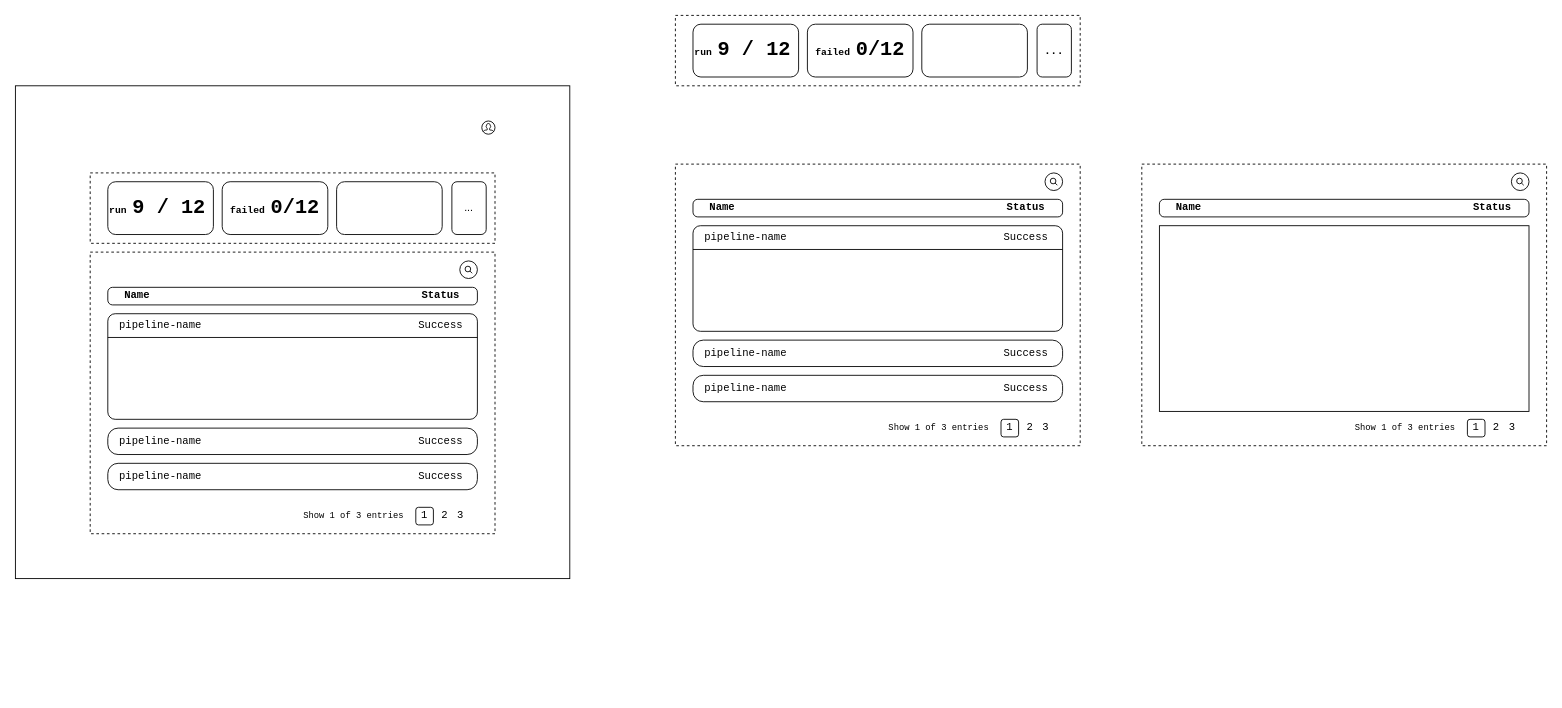
ddeutils/ddeutil-observe keeps this draw.io diagram as docs/assets/diagram.drawio. Above is the earlier version. Source tidied: cells renumbered, new cells numbered last; positions are measured from the earlier drawing's top-left corner, leaving out a move shared by most shapes. Both pictures are drawn from the tidied source at 88%, with x=0, y=0 at pixel (15, 15).
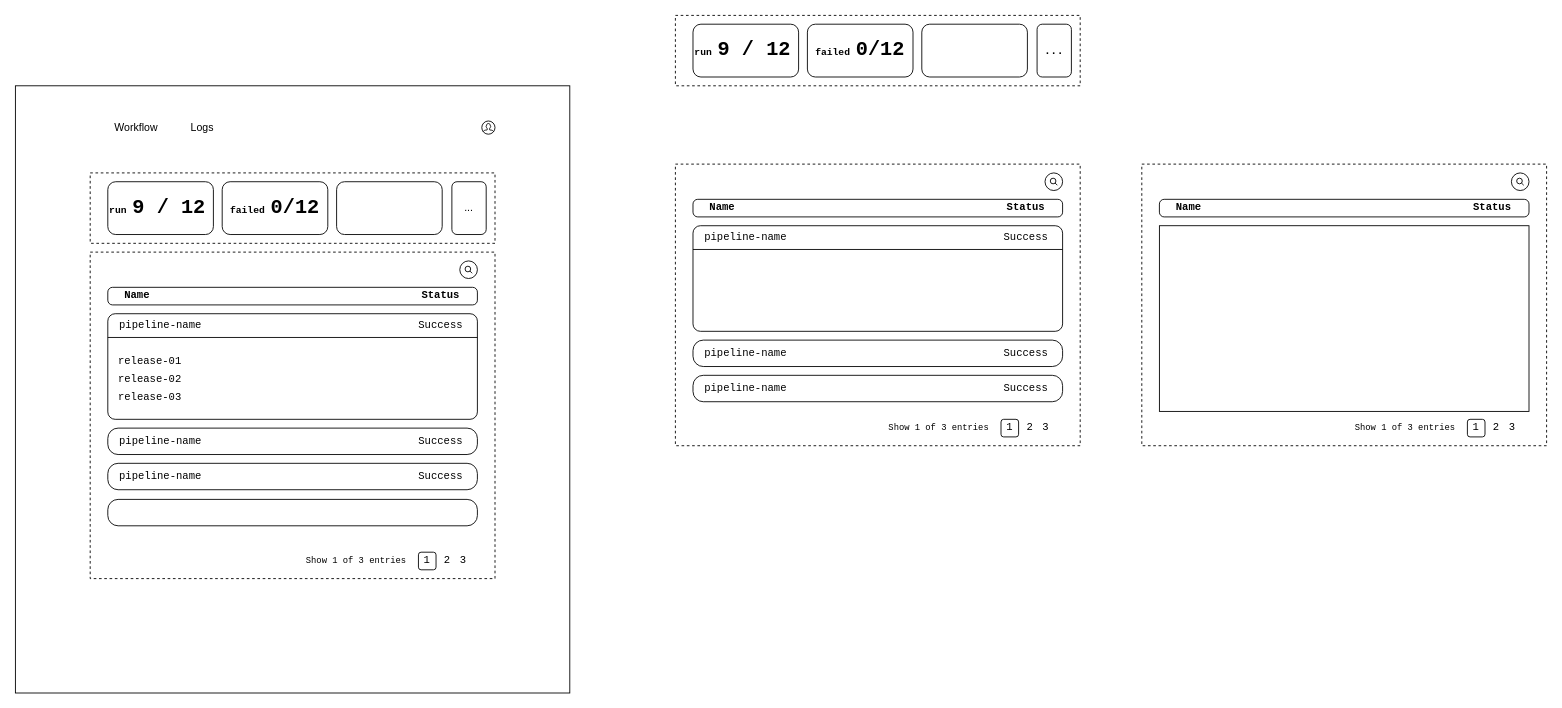
After the change.

What changed in the source:
```diff
@@
     <mxCell id="2" style="rounded=0;whiteSpace=wrap;html=1;fillColor=none;fontFamily=Courier New;" parent="1" vertex="1">
-      <mxGeometry y="80" width="630" height="560" as="geometry" />
+      <mxGeometry y="80" width="630" height="690" as="geometry" />
     </mxCell>
@@
     <mxCell id="29" style="rounded=0;whiteSpace=wrap;html=1;dashed=1;fillColor=none;" parent="1" vertex="1">
-      <mxGeometry x="85" y="269" width="460" height="320" as="geometry" />
+      <mxGeometry x="85" y="269" width="460" height="371" as="geometry" />
     </mxCell>
@@
     <mxCell id="35" value="1" style="rounded=1;whiteSpace=wrap;html=1;fontFamily=Courier New;" parent="1" vertex="1">
-      <mxGeometry x="455" y="559" width="20" height="20" as="geometry" />
+      <mxGeometry x="458" y="610" width="20" height="20" as="geometry" />
     </mxCell>
     <mxCell id="36" value="2" style="text;html=1;align=center;verticalAlign=middle;whiteSpace=wrap;rounded=0;fontFamily=Courier New;" parent="1" vertex="1">
-      <mxGeometry x="478" y="559" width="20" height="20" as="geometry" />
+      <mxGeometry x="481" y="610" width="20" height="20" as="geometry" />
     </mxCell>
     <mxCell id="37" value="3" style="text;html=1;align=center;verticalAlign=middle;whiteSpace=wrap;rounded=0;fontFamily=Courier New;" parent="1" vertex="1">
-      <mxGeometry x="496" y="559" width="20" height="20" as="geometry" />
+      <mxGeometry x="499" y="610" width="20" height="20" as="geometry" />
     </mxCell>
@@
     <mxCell id="42" value="Show 1 of 3 entries" style="text;html=1;align=center;verticalAlign=middle;whiteSpace=wrap;rounded=0;fontFamily=Courier New;fontSize=10;" parent="1" vertex="1">
-      <mxGeometry x="325" y="564" width="119" height="10" as="geometry" />
+      <mxGeometry x="328" y="615" width="119" height="10" as="geometry" />
     </mxCell>
@@
+    <mxCell id="65" style="rounded=1;whiteSpace=wrap;html=1;arcSize=39;fontFamily=Courier New;" parent="1" vertex="1">
+      <mxGeometry x="105" y="550" width="420" height="30" as="geometry" />
+    </mxCell>
+    <mxCell id="66" value="release-01" style="text;html=1;align=left;verticalAlign=middle;whiteSpace=wrap;rounded=0;fontFamily=Courier New;" parent="1" vertex="1">
+      <mxGeometry x="115" y="389" width="100" height="10" as="geometry" />
+    </mxCell>
+    <mxCell id="67" value="release-02" style="text;html=1;align=left;verticalAlign=middle;whiteSpace=wrap;rounded=0;fontFamily=Courier New;" parent="1" vertex="1">
+      <mxGeometry x="115" y="409" width="100" height="10" as="geometry" />
+    </mxCell>
+    <mxCell id="68" value="release-03" style="text;html=1;align=left;verticalAlign=middle;whiteSpace=wrap;rounded=0;fontFamily=Courier New;" parent="1" vertex="1">
+      <mxGeometry x="115" y="429" width="100" height="10" as="geometry" />
+    </mxCell>
+    <mxCell id="69" value="Workflow" style="rounded=1;whiteSpace=wrap;html=1;strokeColor=none;" parent="1" vertex="1">
+      <mxGeometry x="105" y="118.8" width="65" height="17.5" as="geometry" />
+    </mxCell>
+    <mxCell id="70" value="Logs" style="rounded=1;whiteSpace=wrap;html=1;strokeColor=none;" parent="1" vertex="1">
+      <mxGeometry x="180" y="118.8" width="65" height="17.5" as="geometry" />
+    </mxCell>
```
